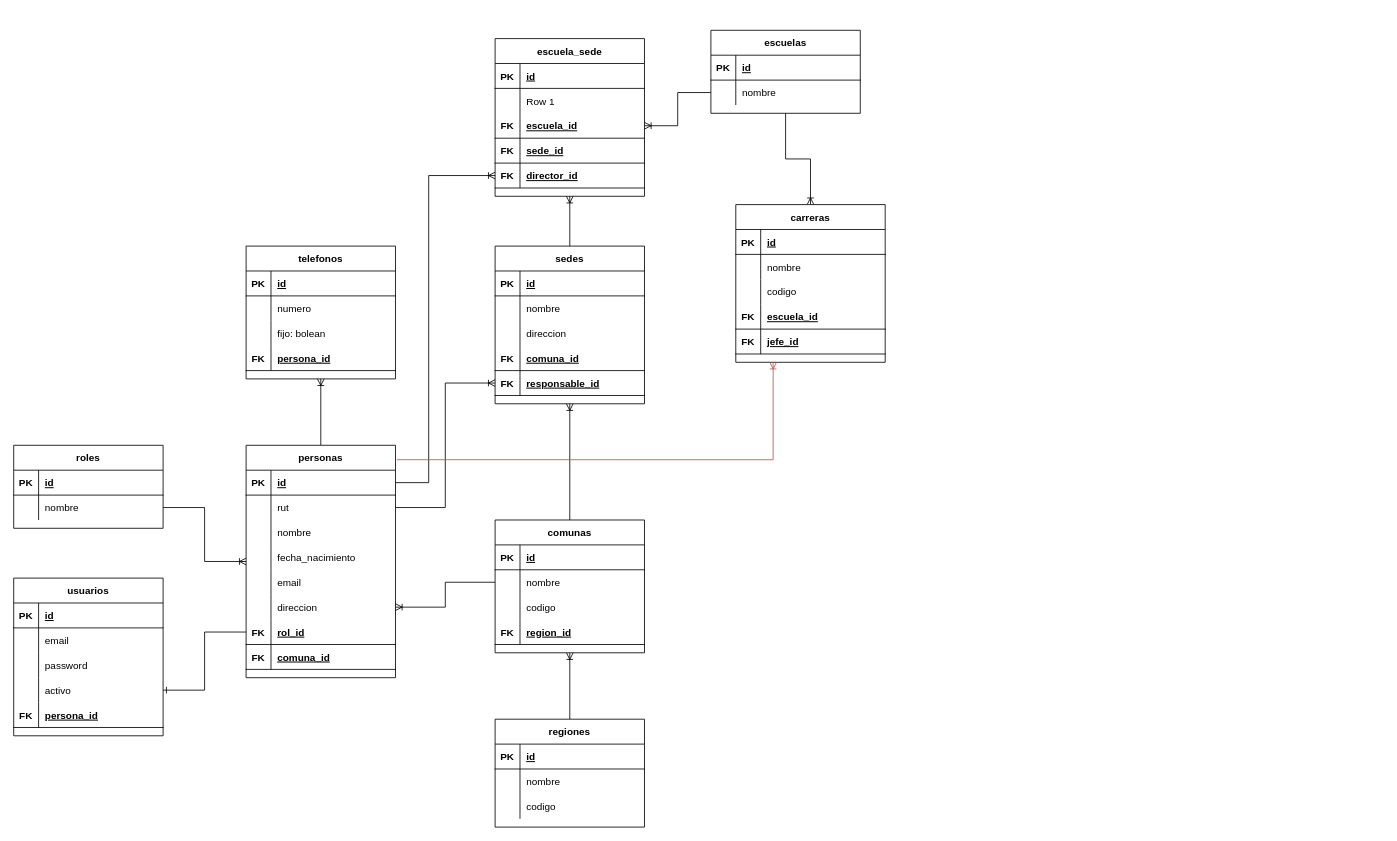
This is Modelo Fisico pro202-3604.drawio from segundogaldames/pro202-3604, a draw.io file, before an edit. Source tidied: cells renumbered, new cells numbered last; positions are measured from the earlier drawing's top-left corner, leaving out a move shared by most shapes. Both pictures are drawn from the tidied source at 83%, with x=0, y=0 at pixel (13, 30).
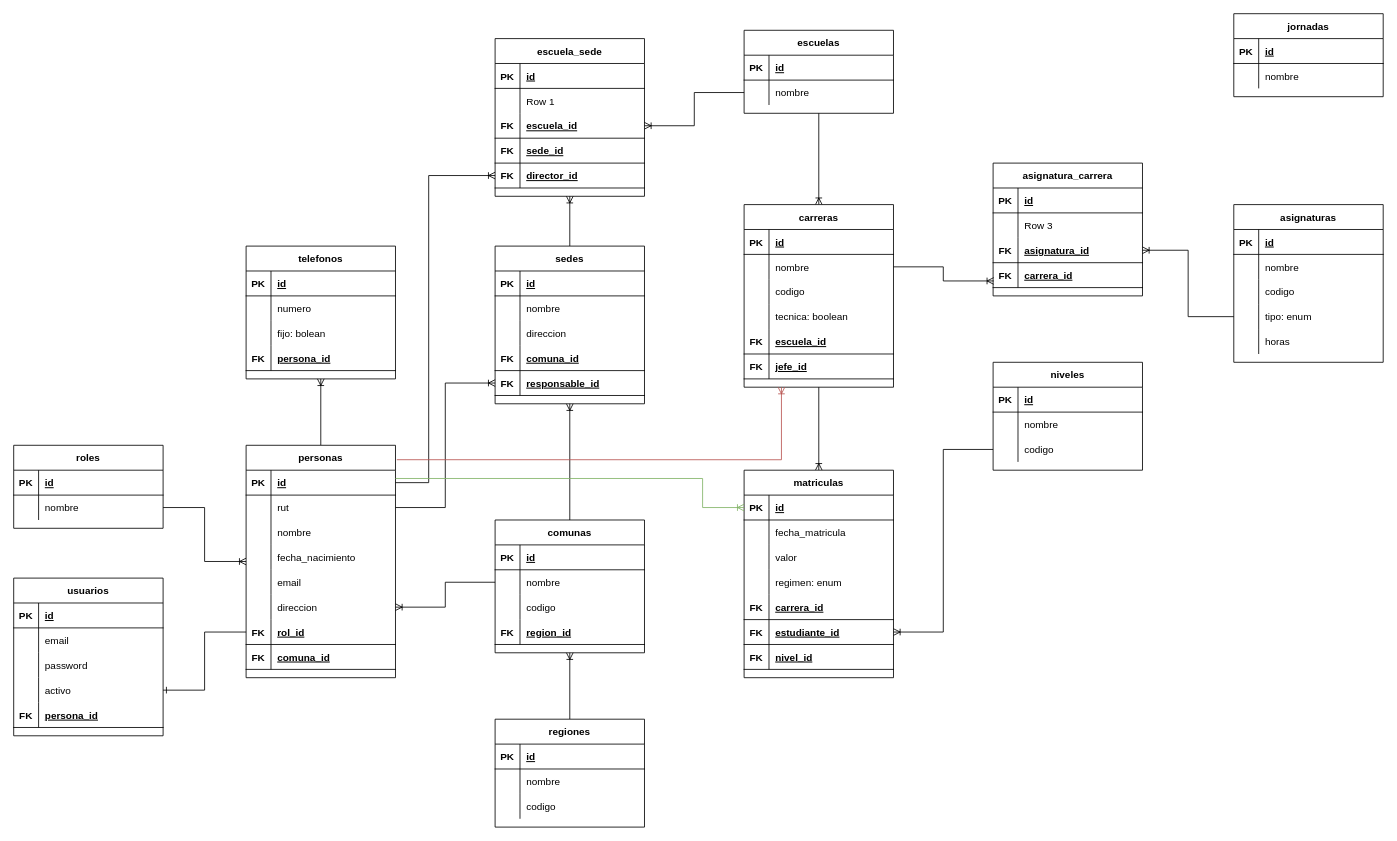
Above is the later version.

The change refers to these unchanged cells:
```xml
<mxCell id="27" style="shape=partialRectangle;fillColor=none;top=0;left=0;bottom=1;right=0;points=[[0,0.5],[1,0.5]];portConstraint=eastwest;" parent="26" vertex="1">
  <mxGeometry y="30" width="180" height="30" as="geometry" />
</mxCell>
<mxCell id="140" style="shape=partialRectangle;fillColor=none;top=0;left=0;bottom=0;right=0;points=[[0,0.5],[1,0.5]];portConstraint=eastwest;" parent="136" vertex="1">
  <mxGeometry y="60" width="180" height="30" as="geometry" />
</mxCell>
```

Change to the diagram source:
```diff
@@
     <mxCell id="93" value="escuelas" style="shape=table;startSize=30;childLayout=tableLayout;rowLines=0;fontStyle=1;align=center;" parent="1" vertex="1">
-      <mxGeometry x="840" width="180" height="100" as="geometry" />
+      <mxGeometry x="880" width="180" height="100" as="geometry" />
     </mxCell>
@@
+    <mxCell id="153" style="edgeStyle=orthogonalEdgeStyle;rounded=0;jettySize=auto;html=1;entryX=0.5;entryY=0;entryDx=0;entryDy=0;endArrow=ERoneToMany;endFill=0;" parent="1" edge="1" source="136" target="157">
+      <mxGeometry relative="1" as="geometry" />
+    </mxCell>
     <mxCell id="136" value="carreras" style="shape=table;startSize=30;childLayout=tableLayout;rowLines=0;fontStyle=1;align=center;" parent="1" vertex="1">
-      <mxGeometry x="870" y="210" width="180" height="190" as="geometry" />
+      <mxGeometry x="880" y="210" width="180" height="220" as="geometry" />
     </mxCell>
@@
+    <mxCell id="154" style="shape=partialRectangle;fillColor=none;top=0;left=0;bottom=0;right=0;" parent="136" vertex="1">
+      <mxGeometry y="120" width="180" height="30" as="geometry" />
+    </mxCell>
+    <mxCell id="155" style="shape=partialRectangle;fillColor=none;top=0;left=0;bottom=0;right=0;overflow=hidden;" parent="154" vertex="1">
+      <mxGeometry width="30" height="30" as="geometry" />
+    </mxCell>
+    <mxCell id="156" value="tecnica: boolean" style="shape=partialRectangle;fillColor=none;top=0;left=0;bottom=0;right=0;align=left;spacingLeft=6;overflow=hidden;" parent="154" vertex="1">
+      <mxGeometry x="30" width="150" height="30" as="geometry" />
+    </mxCell>
     <mxCell id="146" style="shape=partialRectangle;fillColor=none;top=0;left=0;bottom=1;right=0;" parent="136" vertex="1">
-      <mxGeometry y="120" width="180" height="30" as="geometry" />
+      <mxGeometry y="150" width="180" height="30" as="geometry" />
     </mxCell>
@@
     <mxCell id="149" style="shape=partialRectangle;fillColor=none;top=0;left=0;bottom=1;right=0;" parent="136" vertex="1">
-      <mxGeometry y="150" width="180" height="30" as="geometry" />
+      <mxGeometry y="180" width="180" height="30" as="geometry" />
     </mxCell>
@@
+    <mxCell id="157" value="matriculas" style="shape=table;startSize=30;childLayout=tableLayout;rowLines=0;fontStyle=1;align=center;" parent="1" vertex="1">
+      <mxGeometry x="880" y="530" width="180" height="250" as="geometry" />
+    </mxCell>
+    <mxCell id="158" style="shape=partialRectangle;fillColor=none;top=0;left=0;bottom=1;right=0;points=[[0,0.5],[1,0.5]];portConstraint=eastwest;" parent="157" vertex="1">
+      <mxGeometry y="30" width="180" height="30" as="geometry" />
+    </mxCell>
+    <mxCell id="159" value="PK" style="shape=partialRectangle;fillColor=none;top=0;left=0;bottom=0;right=0;fontStyle=1;overflow=hidden;" parent="158" vertex="1">
+      <mxGeometry width="30" height="30" as="geometry" />
+    </mxCell>
+    <mxCell id="160" value="id" style="shape=partialRectangle;fillColor=none;top=0;left=0;bottom=0;right=0;align=left;spacingLeft=6;fontStyle=5;overflow=hidden;" parent="158" vertex="1">
+      <mxGeometry x="30" width="150" height="30" as="geometry" />
+    </mxCell>
+    <mxCell id="161" style="shape=partialRectangle;fillColor=none;top=0;left=0;bottom=0;right=0;" parent="157" vertex="1">
+      <mxGeometry y="60" width="180" height="30" as="geometry" />
+    </mxCell>
+    <mxCell id="162" style="shape=partialRectangle;fillColor=none;top=0;left=0;bottom=0;right=0;overflow=hidden;" parent="161" vertex="1">
+      <mxGeometry width="30" height="30" as="geometry" />
+    </mxCell>
+    <mxCell id="163" value="fecha_matricula" style="shape=partialRectangle;fillColor=none;top=0;left=0;bottom=0;right=0;align=left;spacingLeft=6;overflow=hidden;" parent="161" vertex="1">
+      <mxGeometry x="30" width="150" height="30" as="geometry" />
+    </mxCell>
+    <mxCell id="164" style="shape=partialRectangle;fillColor=none;top=0;left=0;bottom=0;right=0;" parent="157" vertex="1">
+      <mxGeometry y="90" width="180" height="30" as="geometry" />
+    </mxCell>
+    <mxCell id="165" style="shape=partialRectangle;fillColor=none;top=0;left=0;bottom=0;right=0;overflow=hidden;" parent="164" vertex="1">
+      <mxGeometry width="30" height="30" as="geometry" />
+    </mxCell>
+    <mxCell id="166" value="valor" style="shape=partialRectangle;fillColor=none;top=0;left=0;bottom=0;right=0;align=left;spacingLeft=6;overflow=hidden;" parent="164" vertex="1">
+      <mxGeometry x="30" width="150" height="30" as="geometry" />
+    </mxCell>
+    <mxCell id="167" style="shape=partialRectangle;fillColor=none;top=0;left=0;bottom=0;right=0;" parent="157" vertex="1">
+      <mxGeometry y="120" width="180" height="30" as="geometry" />
+    </mxCell>
+    <mxCell id="168" style="shape=partialRectangle;fillColor=none;top=0;left=0;bottom=0;right=0;overflow=hidden;" parent="167" vertex="1">
+      <mxGeometry width="30" height="30" as="geometry" />
+    </mxCell>
+    <mxCell id="169" value="regimen: enum" style="shape=partialRectangle;fillColor=none;top=0;left=0;bottom=0;right=0;align=left;spacingLeft=6;overflow=hidden;" parent="167" vertex="1">
+      <mxGeometry x="30" width="150" height="30" as="geometry" />
+    </mxCell>
+    <mxCell id="170" style="shape=partialRectangle;fillColor=none;top=0;left=0;bottom=1;right=0;" parent="157" vertex="1">
+      <mxGeometry y="150" width="180" height="30" as="geometry" />
+    </mxCell>
+    <mxCell id="171" value="FK" style="shape=partialRectangle;fillColor=none;top=0;left=0;bottom=0;right=0;fontStyle=1;overflow=hidden;" parent="170" vertex="1">
+      <mxGeometry width="30" height="30" as="geometry" />
+    </mxCell>
+    <mxCell id="172" value="carrera_id" style="shape=partialRectangle;fillColor=none;top=0;left=0;bottom=0;right=0;align=left;spacingLeft=6;fontStyle=5;overflow=hidden;" parent="170" vertex="1">
+      <mxGeometry x="30" width="150" height="30" as="geometry" />
+    </mxCell>
+    <mxCell id="173" style="shape=partialRectangle;fillColor=none;top=0;left=0;bottom=1;right=0;points=[[0,0.5],[1,0.5]];portConstraint=eastwest;" parent="157" vertex="1">
+      <mxGeometry y="180" width="180" height="30" as="geometry" />
+    </mxCell>
+    <mxCell id="174" value="FK" style="shape=partialRectangle;fillColor=none;top=0;left=0;bottom=0;right=0;fontStyle=1;overflow=hidden;" parent="173" vertex="1">
+      <mxGeometry width="30" height="30" as="geometry" />
+    </mxCell>
+    <mxCell id="175" value="estudiante_id" style="shape=partialRectangle;fillColor=none;top=0;left=0;bottom=0;right=0;align=left;spacingLeft=6;fontStyle=5;overflow=hidden;" parent="173" vertex="1">
+      <mxGeometry x="30" width="150" height="30" as="geometry" />
+    </mxCell>
+    <mxCell id="176" style="shape=partialRectangle;fillColor=none;top=0;left=0;bottom=1;right=0;" parent="157" vertex="1">
+      <mxGeometry y="210" width="180" height="30" as="geometry" />
+    </mxCell>
+    <mxCell id="177" value="FK" style="shape=partialRectangle;fillColor=none;top=0;left=0;bottom=0;right=0;fontStyle=1;overflow=hidden;" parent="176" vertex="1">
+      <mxGeometry width="30" height="30" as="geometry" />
+    </mxCell>
+    <mxCell id="178" value="nivel_id" style="shape=partialRectangle;fillColor=none;top=0;left=0;bottom=0;right=0;align=left;spacingLeft=6;fontStyle=5;overflow=hidden;" parent="176" vertex="1">
+      <mxGeometry x="30" width="150" height="30" as="geometry" />
+    </mxCell>
+    <mxCell id="179" style="edgeStyle=orthogonalEdgeStyle;rounded=0;jettySize=auto;html=1;entryX=0;entryY=0.5;entryDx=0;entryDy=0;endArrow=ERoneToMany;endFill=0;fillColor=#d5e8d4;strokeColor=#82b366;" parent="1" edge="1" source="27" target="158">
+      <mxGeometry relative="1" as="geometry">
+        <Array as="points">
+          <mxPoint x="830" y="540" />
+          <mxPoint x="830" y="575" />
+        </Array>
+      </mxGeometry>
+    </mxCell>
+    <mxCell id="180" value="niveles" style="shape=table;startSize=30;childLayout=tableLayout;rowLines=0;fontStyle=1;align=center;" parent="1" vertex="1">
+      <mxGeometry x="1180" y="400" width="180" height="130" as="geometry" />
+    </mxCell>
+    <mxCell id="181" style="shape=partialRectangle;fillColor=none;top=0;left=0;bottom=1;right=0;" parent="180" vertex="1">
+      <mxGeometry y="30" width="180" height="30" as="geometry" />
+    </mxCell>
+    <mxCell id="182" value="PK" style="shape=partialRectangle;fillColor=none;top=0;left=0;bottom=0;right=0;fontStyle=1;overflow=hidden;" parent="181" vertex="1">
+      <mxGeometry width="30" height="30" as="geometry" />
+    </mxCell>
+    <mxCell id="183" value="id" style="shape=partialRectangle;fillColor=none;top=0;left=0;bottom=0;right=0;align=left;spacingLeft=6;fontStyle=5;overflow=hidden;" parent="181" vertex="1">
+      <mxGeometry x="30" width="150" height="30" as="geometry" />
+    </mxCell>
+    <mxCell id="184" style="shape=partialRectangle;fillColor=none;top=0;left=0;bottom=0;right=0;" parent="180" vertex="1">
+      <mxGeometry y="60" width="180" height="30" as="geometry" />
+    </mxCell>
+    <mxCell id="185" style="shape=partialRectangle;fillColor=none;top=0;left=0;bottom=0;right=0;overflow=hidden;" parent="184" vertex="1">
+      <mxGeometry width="30" height="30" as="geometry" />
+    </mxCell>
+    <mxCell id="186" value="nombre" style="shape=partialRectangle;fillColor=none;top=0;left=0;bottom=0;right=0;align=left;spacingLeft=6;overflow=hidden;" parent="184" vertex="1">
+      <mxGeometry x="30" width="150" height="30" as="geometry" />
+    </mxCell>
+    <mxCell id="187" style="shape=partialRectangle;fillColor=none;top=0;left=0;bottom=0;right=0;points=[[0,0.5],[1,0.5]];portConstraint=eastwest;" parent="180" vertex="1">
+      <mxGeometry y="90" width="180" height="30" as="geometry" />
+    </mxCell>
+    <mxCell id="188" style="shape=partialRectangle;fillColor=none;top=0;left=0;bottom=0;right=0;overflow=hidden;" parent="187" vertex="1">
+      <mxGeometry width="30" height="30" as="geometry" />
+    </mxCell>
+    <mxCell id="189" value="codigo" style="shape=partialRectangle;fillColor=none;top=0;left=0;bottom=0;right=0;align=left;spacingLeft=6;overflow=hidden;" parent="187" vertex="1">
+      <mxGeometry x="30" width="150" height="30" as="geometry" />
+    </mxCell>
+    <mxCell id="190" style="edgeStyle=orthogonalEdgeStyle;rounded=0;jettySize=auto;html=1;entryX=1;entryY=0.5;entryDx=0;entryDy=0;endArrow=ERoneToMany;endFill=0;" parent="1" edge="1" source="187" target="173">
+      <mxGeometry relative="1" as="geometry" />
+    </mxCell>
+    <mxCell id="191" value="asignaturas" style="shape=table;startSize=30;childLayout=tableLayout;rowLines=0;fontStyle=1;align=center;" parent="1" vertex="1">
+      <mxGeometry x="1470" y="210" width="180" height="190" as="geometry" />
+    </mxCell>
+    <mxCell id="192" style="shape=partialRectangle;fillColor=none;top=0;left=0;bottom=1;right=0;" parent="191" vertex="1">
+      <mxGeometry y="30" width="180" height="30" as="geometry" />
+    </mxCell>
+    <mxCell id="193" value="PK" style="shape=partialRectangle;fillColor=none;top=0;left=0;bottom=0;right=0;fontStyle=1;overflow=hidden;" parent="192" vertex="1">
+      <mxGeometry width="30" height="30" as="geometry" />
+    </mxCell>
+    <mxCell id="194" value="id" style="shape=partialRectangle;fillColor=none;top=0;left=0;bottom=0;right=0;align=left;spacingLeft=6;fontStyle=5;overflow=hidden;" parent="192" vertex="1">
+      <mxGeometry x="30" width="150" height="30" as="geometry" />
+    </mxCell>
+    <mxCell id="195" style="shape=partialRectangle;fillColor=none;top=0;left=0;bottom=0;right=0;" parent="191" vertex="1">
+      <mxGeometry y="60" width="180" height="30" as="geometry" />
+    </mxCell>
+    <mxCell id="196" style="shape=partialRectangle;fillColor=none;top=0;left=0;bottom=0;right=0;overflow=hidden;" parent="195" vertex="1">
+      <mxGeometry width="30" height="30" as="geometry" />
+    </mxCell>
+    <mxCell id="197" value="nombre" style="shape=partialRectangle;fillColor=none;top=0;left=0;bottom=0;right=0;align=left;spacingLeft=6;overflow=hidden;" parent="195" vertex="1">
+      <mxGeometry x="30" width="150" height="30" as="geometry" />
+    </mxCell>
+    <mxCell id="198" style="shape=partialRectangle;fillColor=none;top=0;left=0;bottom=0;right=0;" parent="191" vertex="1">
+      <mxGeometry y="90" width="180" height="30" as="geometry" />
+    </mxCell>
+    <mxCell id="199" style="shape=partialRectangle;fillColor=none;top=0;left=0;bottom=0;right=0;overflow=hidden;" parent="198" vertex="1">
+      <mxGeometry width="30" height="30" as="geometry" />
+    </mxCell>
+    <mxCell id="200" value="codigo" style="shape=partialRectangle;fillColor=none;top=0;left=0;bottom=0;right=0;align=left;spacingLeft=6;overflow=hidden;" parent="198" vertex="1">
+      <mxGeometry x="30" width="150" height="30" as="geometry" />
+    </mxCell>
+    <mxCell id="201" style="shape=partialRectangle;fillColor=none;top=0;left=0;bottom=0;right=0;points=[[0,0.5],[1,0.5]];portConstraint=eastwest;" parent="191" vertex="1">
+      <mxGeometry y="120" width="180" height="30" as="geometry" />
+    </mxCell>
+    <mxCell id="202" style="shape=partialRectangle;fillColor=none;top=0;left=0;bottom=0;right=0;overflow=hidden;" parent="201" vertex="1">
+      <mxGeometry width="30" height="30" as="geometry" />
+    </mxCell>
+    <mxCell id="203" value="tipo: enum" style="shape=partialRectangle;fillColor=none;top=0;left=0;bottom=0;right=0;align=left;spacingLeft=6;overflow=hidden;" parent="201" vertex="1">
+      <mxGeometry x="30" width="150" height="30" as="geometry" />
+    </mxCell>
+    <mxCell id="204" style="shape=partialRectangle;fillColor=none;top=0;left=0;bottom=0;right=0;" parent="191" vertex="1">
+      <mxGeometry y="150" width="180" height="30" as="geometry" />
+    </mxCell>
+    <mxCell id="205" style="shape=partialRectangle;fillColor=none;top=0;left=0;bottom=0;right=0;overflow=hidden;" parent="204" vertex="1">
+      <mxGeometry width="30" height="30" as="geometry" />
+    </mxCell>
+    <mxCell id="206" value="horas" style="shape=partialRectangle;fillColor=none;top=0;left=0;bottom=0;right=0;align=left;spacingLeft=6;overflow=hidden;" parent="204" vertex="1">
+      <mxGeometry x="30" width="150" height="30" as="geometry" />
+    </mxCell>
+    <mxCell id="207" value="jornadas" style="shape=table;startSize=30;childLayout=tableLayout;rowLines=0;fontStyle=1;align=center;" parent="1" vertex="1">
+      <mxGeometry x="1470" y="-20" width="180" height="100" as="geometry" />
+    </mxCell>
+    <mxCell id="208" style="shape=partialRectangle;fillColor=none;top=0;left=0;bottom=1;right=0;" parent="207" vertex="1">
+      <mxGeometry y="30" width="180" height="30" as="geometry" />
+    </mxCell>
+    <mxCell id="209" value="PK" style="shape=partialRectangle;fillColor=none;top=0;left=0;bottom=0;right=0;fontStyle=1;overflow=hidden;" parent="208" vertex="1">
+      <mxGeometry width="30" height="30" as="geometry" />
+    </mxCell>
+    <mxCell id="210" value="id" style="shape=partialRectangle;fillColor=none;top=0;left=0;bottom=0;right=0;align=left;spacingLeft=6;fontStyle=5;overflow=hidden;" parent="208" vertex="1">
+      <mxGeometry x="30" width="150" height="30" as="geometry" />
+    </mxCell>
+    <mxCell id="211" style="shape=partialRectangle;fillColor=none;top=0;left=0;bottom=0;right=0;" parent="207" vertex="1">
+      <mxGeometry y="60" width="180" height="30" as="geometry" />
+    </mxCell>
+    <mxCell id="212" style="shape=partialRectangle;fillColor=none;top=0;left=0;bottom=0;right=0;overflow=hidden;" parent="211" vertex="1">
+      <mxGeometry width="30" height="30" as="geometry" />
+    </mxCell>
+    <mxCell id="213" value="nombre" style="shape=partialRectangle;fillColor=none;top=0;left=0;bottom=0;right=0;align=left;spacingLeft=6;overflow=hidden;" parent="211" vertex="1">
+      <mxGeometry x="30" width="150" height="30" as="geometry" />
+    </mxCell>
+    <mxCell id="214" value="asignatura_carrera" style="shape=table;startSize=30;childLayout=tableLayout;rowLines=0;fontStyle=1;align=center;" parent="1" vertex="1">
+      <mxGeometry x="1180" y="160" width="180" height="160" as="geometry" />
+    </mxCell>
+    <mxCell id="215" style="shape=partialRectangle;fillColor=none;top=0;left=0;bottom=1;right=0;" parent="214" vertex="1">
+      <mxGeometry y="30" width="180" height="30" as="geometry" />
+    </mxCell>
+    <mxCell id="216" value="PK" style="shape=partialRectangle;fillColor=none;top=0;left=0;bottom=0;right=0;fontStyle=1;overflow=hidden;" parent="215" vertex="1">
+      <mxGeometry width="30" height="30" as="geometry" />
+    </mxCell>
+    <mxCell id="217" value="id" style="shape=partialRectangle;fillColor=none;top=0;left=0;bottom=0;right=0;align=left;spacingLeft=6;fontStyle=5;overflow=hidden;" parent="215" vertex="1">
+      <mxGeometry x="30" width="150" height="30" as="geometry" />
+    </mxCell>
+    <mxCell id="218" style="shape=partialRectangle;fillColor=none;top=0;left=0;bottom=0;right=0;" parent="214" vertex="1">
+      <mxGeometry y="60" width="180" height="30" as="geometry" />
+    </mxCell>
+    <mxCell id="219" style="shape=partialRectangle;fillColor=none;top=0;left=0;bottom=0;right=0;overflow=hidden;" parent="218" vertex="1">
+      <mxGeometry width="30" height="30" as="geometry" />
+    </mxCell>
+    <mxCell id="220" value="Row 3" style="shape=partialRectangle;fillColor=none;top=0;left=0;bottom=0;right=0;align=left;spacingLeft=6;overflow=hidden;" parent="218" vertex="1">
+      <mxGeometry x="30" width="150" height="30" as="geometry" />
+    </mxCell>
+    <mxCell id="221" style="shape=partialRectangle;fillColor=none;top=0;left=0;bottom=1;right=0;points=[[0,0.5],[1,0.5]];portConstraint=eastwest;" parent="214" vertex="1">
+      <mxGeometry y="90" width="180" height="30" as="geometry" />
+    </mxCell>
+    <mxCell id="222" value="FK" style="shape=partialRectangle;fillColor=none;top=0;left=0;bottom=0;right=0;fontStyle=1;overflow=hidden;" parent="221" vertex="1">
+      <mxGeometry width="30" height="30" as="geometry" />
+    </mxCell>
+    <mxCell id="223" value="asignatura_id" style="shape=partialRectangle;fillColor=none;top=0;left=0;bottom=0;right=0;align=left;spacingLeft=6;fontStyle=5;overflow=hidden;" parent="221" vertex="1">
+      <mxGeometry x="30" width="150" height="30" as="geometry" />
+    </mxCell>
+    <mxCell id="224" style="shape=partialRectangle;fillColor=none;top=0;left=0;bottom=1;right=0;points=[[0,0.5],[1,0.5]];portConstraint=eastwest;" parent="214" vertex="1">
+      <mxGeometry y="120" width="180" height="30" as="geometry" />
+    </mxCell>
+    <mxCell id="225" value="FK" style="shape=partialRectangle;fillColor=none;top=0;left=0;bottom=0;right=0;fontStyle=1;overflow=hidden;" parent="224" vertex="1">
+      <mxGeometry width="30" height="30" as="geometry" />
+    </mxCell>
+    <mxCell id="226" value="carrera_id" style="shape=partialRectangle;fillColor=none;top=0;left=0;bottom=0;right=0;align=left;spacingLeft=6;fontStyle=5;overflow=hidden;" parent="224" vertex="1">
+      <mxGeometry x="30" width="150" height="30" as="geometry" />
+    </mxCell>
+    <mxCell id="227" style="edgeStyle=orthogonalEdgeStyle;rounded=0;jettySize=auto;html=1;entryX=0.004;entryY=0.733;entryDx=0;entryDy=0;entryPerimeter=0;endArrow=ERoneToMany;endFill=0;" parent="1" edge="1" source="140" target="224">
+      <mxGeometry relative="1" as="geometry" />
+    </mxCell>
+    <mxCell id="228" style="edgeStyle=orthogonalEdgeStyle;rounded=0;jettySize=auto;html=1;entryX=1;entryY=0.5;entryDx=0;entryDy=0;endArrow=ERoneToMany;endFill=0;" parent="1" edge="1" source="201" target="221">
+      <mxGeometry relative="1" as="geometry" />
+    </mxCell>
```
